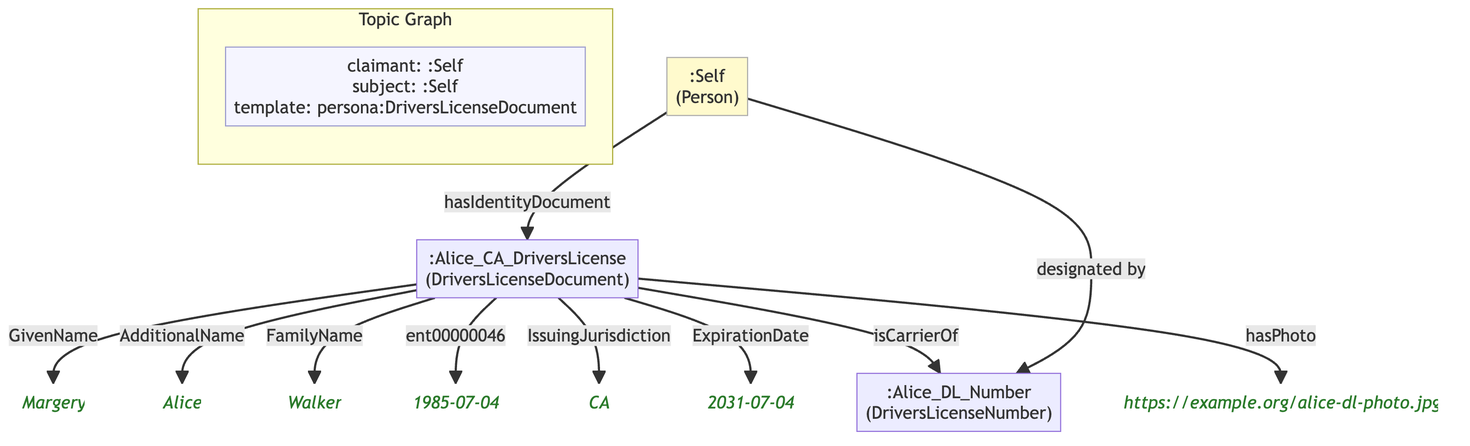
Above: example/graphs/images/graph-15.png in MeeFoundation/mia-ontologies (Mermaid), before the change. Its source is kept beside it as example/graphs/images/graph-15.mmd.
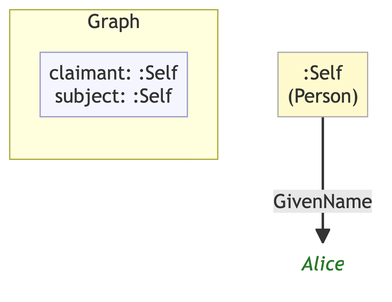
After the change.

Change to the diagram source:
```diff
@@ -1,33 +1,15 @@
 flowchart TD
     classDef person fill:#fffacd,stroke:#aaa,color:#333
-    classDef grp    fill:#d4edda,stroke:#aaa,color:#333
     classDef org    fill:#cce5ff,stroke:#aaa,color:#333
     classDef lit    fill:none,stroke:none,font-style:italic,color:#2a7a2a
     classDef meta   fill:#f5f5ff,stroke:#9999cc,color:#333
 
-    subgraph ctx["Topic Graph"]
+    subgraph ctx["Graph"]
         direction LR
-        ctx_meta["claimant: :Self\nsubject: :Self\ntemplate: persona:DriversLicenseDocument"]:::meta
+        ctx_meta["claimant: :Self\nsubject: :Self"]:::meta
     end
 
-    naafab809f865[":Alice_CA_DriversLicense\n(DriversLicenseDocument)"]
-    n182039e7c15e("Margery"):::lit
-    n9440d9bea9e5("Alice"):::lit
-    n5bee2a76f2f4("Walker"):::lit
-    n050c6737d61f("1985-07-04"):::lit
-    na9b324a3e11a("CA"):::lit
-    n6e6db089ffb1("2031-07-04"):::lit
-    nf5e99e32e234[":Alice_DL_Number\n(DriversLicenseNumber)"]
-    n2d7288ec7ae7("https://example.org/alice-dl-photo.jpg"):::lit
     ne0c3ba92f1db[":Self\n(Person)"]:::person
+    ned8bd49e8599("Alice"):::lit
 
-    naafab809f865 -->|"GivenName"| n182039e7c15e
-    naafab809f865 -->|"AdditionalName"| n9440d9bea9e5
-    naafab809f865 -->|"FamilyName"| n5bee2a76f2f4
-    naafab809f865 -->|"ent00000046"| n050c6737d61f
-    naafab809f865 -->|"IssuingJurisdiction"| na9b324a3e11a
-    naafab809f865 -->|"ExpirationDate"| n6e6db089ffb1
-    naafab809f865 -->|"isCarrierOf"| nf5e99e32e234
-    naafab809f865 -->|"hasPhoto"| n2d7288ec7ae7
-    ne0c3ba92f1db -->|"hasIdentityDocument"| naafab809f865
-    ne0c3ba92f1db -->|"designated by"| nf5e99e32e234
+    ne0c3ba92f1db -->|"GivenName"| ned8bd49e8599
```
